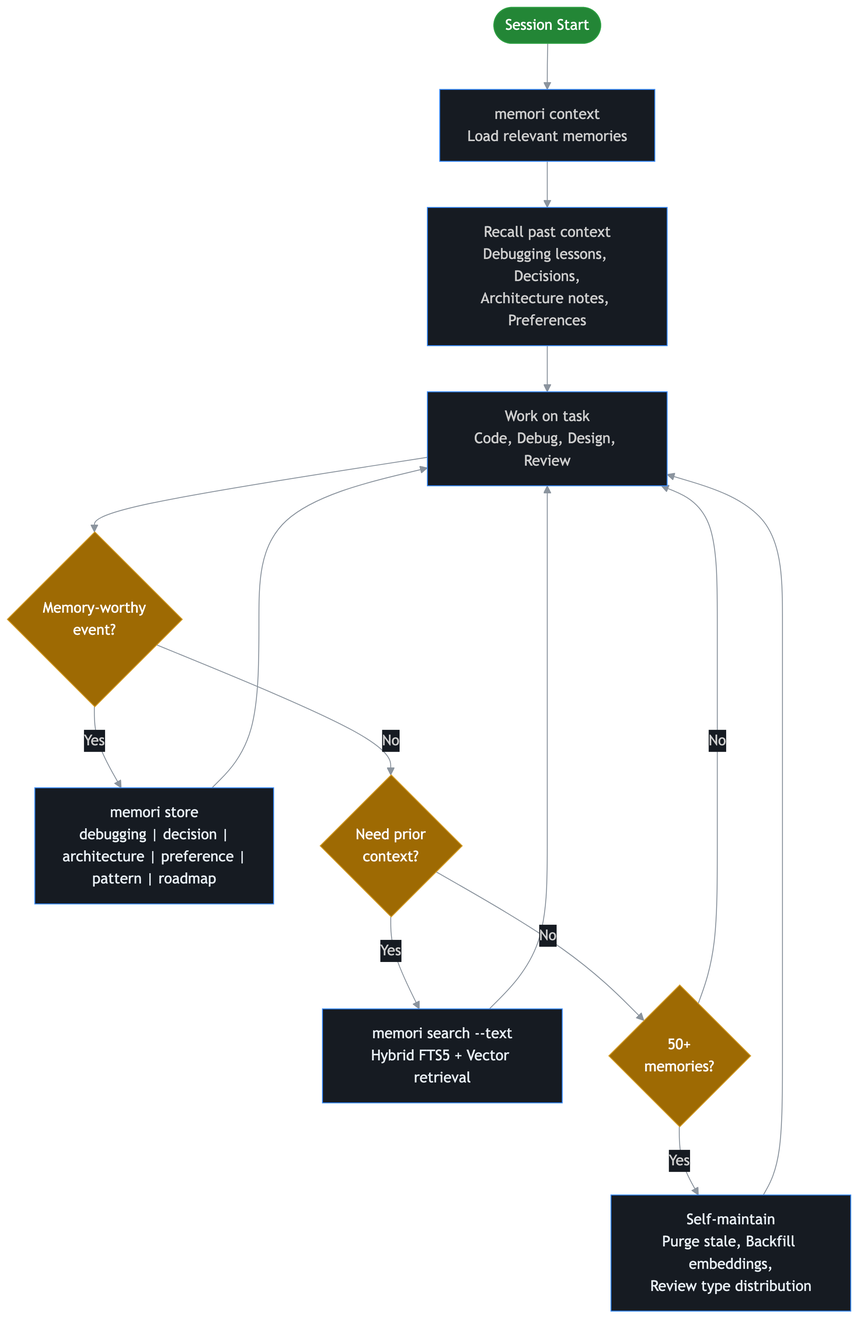
Before: docs/architecture-agent.png, a diagram exported from Mermaid (archit15singh/memori). Its source is kept beside it as docs/architecture-agent.mmd.
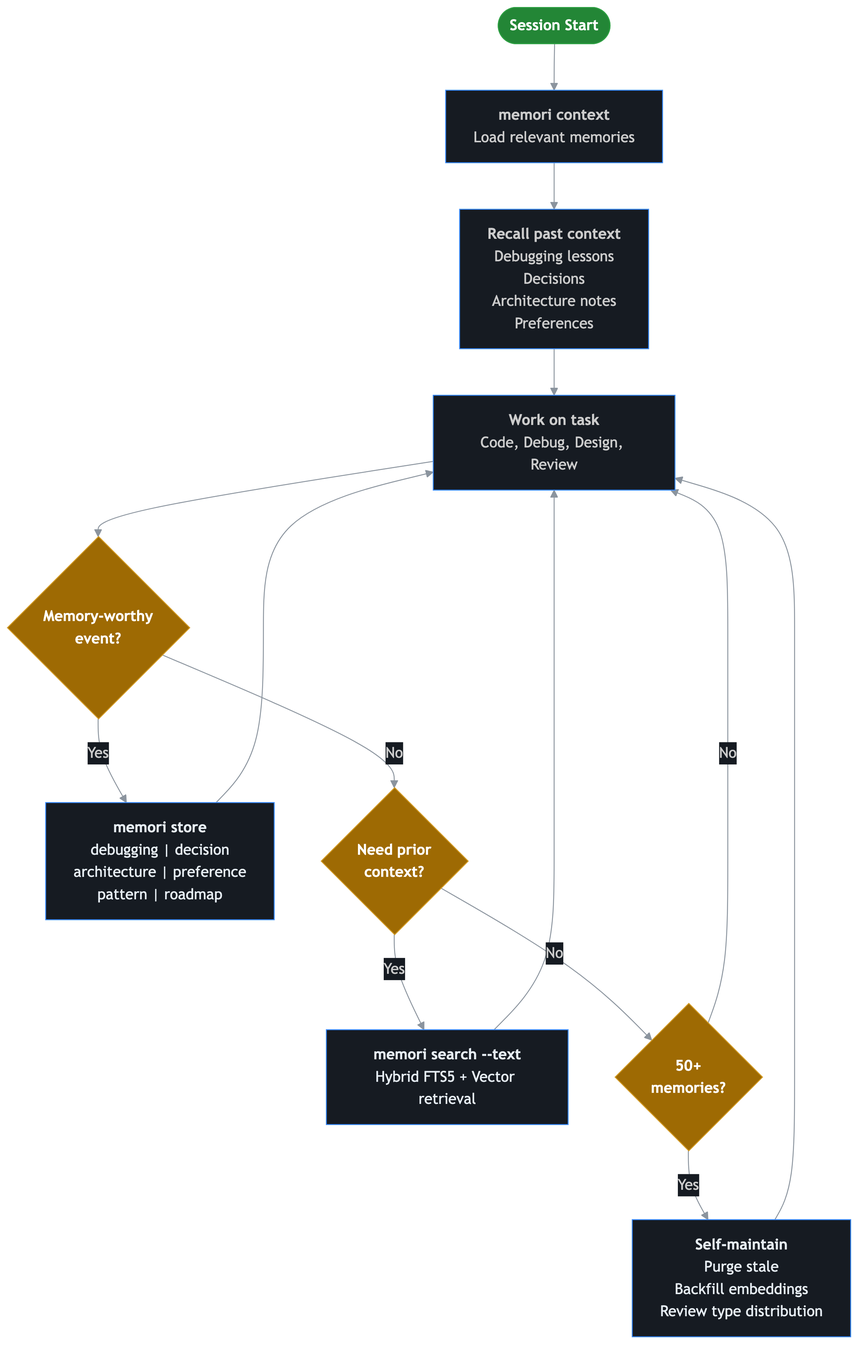
Above is the later version.

Commit message:
fix: use mermaid markdown string syntax for proper line breaks in diagrams

The edit, as a diff of the source:
```diff
@@ -1,28 +1,44 @@
-%%{init: {'theme': 'dark', 'themeVariables': {'primaryColor': '#1f6feb', 'primaryTextColor': '#e6edf3', 'primaryBorderColor': '#388bfd', 'lineColor': '#8b949e', 'secondaryColor': '#161b22', 'tertiaryColor': '#0d1117', 'background': '#0d1117', 'mainBkg': '#161b22', 'nodeBorder': '#388bfd', 'clusterBkg': '#161b2299', 'clusterBorder': '#30363d', 'titleColor': '#e6edf3', 'edgeLabelBackground': '#161b22', 'fontSize': '16px'}}}%%
+%%{init: {'theme': 'dark', 'flowchart': {'htmlLabels': true}, 'themeVariables': {'primaryColor': '#1f6feb', 'primaryTextColor': '#e6edf3', 'primaryBorderColor': '#388bfd', 'lineColor': '#8b949e', 'secondaryColor': '#161b22', 'tertiaryColor': '#0d1117', 'background': '#0d1117', 'mainBkg': '#161b22', 'nodeBorder': '#388bfd', 'clusterBkg': '#161b2299', 'clusterBorder': '#30363d', 'titleColor': '#e6edf3', 'edgeLabelBackground': '#161b22', 'fontSize': '16px'}}}%%
 
 flowchart TB
-    A1(["Session Start"])
-    A2["memori context<br/>Load relevant memories"]
-    A3["Recall past context<br/>Debugging lessons, Decisions,<br/>Architecture notes, Preferences"]
-    A4["Work on task<br/>Code, Debug, Design, Review"]
+    A1(["`**Session Start**`"])
+    A2["`**memori context**
+    Load relevant memories`"]
+    A3["`**Recall past context**
+    Debugging lessons
+    Decisions
+    Architecture notes
+    Preferences`"]
+    A4["`**Work on task**
+    Code, Debug, Design, Review`"]
 
-    A5{"Memory-worthy<br/>event?"}
-    A6["memori store<br/>debugging | decision |<br/>architecture | preference |<br/>pattern | roadmap"]
+    A5{"`**Memory-worthy
+    event?**`"}
+    A6["`**memori store**
+    debugging | decision
+    architecture | preference
+    pattern | roadmap`"]
 
-    A7{"Need prior<br/>context?"}
-    A8["memori search --text<br/>Hybrid FTS5 + Vector retrieval"]
+    A7{"`**Need prior
+    context?**`"}
+    A8["`**memori search --text**
+    Hybrid FTS5 + Vector retrieval`"]
 
-    A9{"50+<br/>memories?"}
-    A10["Self-maintain<br/>Purge stale, Backfill embeddings,<br/>Review type distribution"]
+    A9{"`**50+
+    memories?**`"}
+    A10["`**Self-maintain**
+    Purge stale
+    Backfill embeddings
+    Review type distribution`"]
 
     A1 --> A2 --> A3 --> A4
     A4 --> A5
-    A5 -->|"Yes"| A6 --> A4
-    A5 -->|"No"| A7
-    A7 -->|"Yes"| A8 --> A4
-    A7 -->|"No"| A9
-    A9 -->|"Yes"| A10 --> A4
-    A9 -->|"No"| A4
+    A5 -->|Yes| A6 --> A4
+    A5 -->|No| A7
+    A7 -->|Yes| A8 --> A4
+    A7 -->|No| A9
+    A9 -->|Yes| A10 --> A4
+    A9 -->|No| A4
 
     style A1 fill:#238636,stroke:#2ea043,color:#ffffff
     style A5 fill:#9e6a03,stroke:#d29922,color:#ffffff
```
